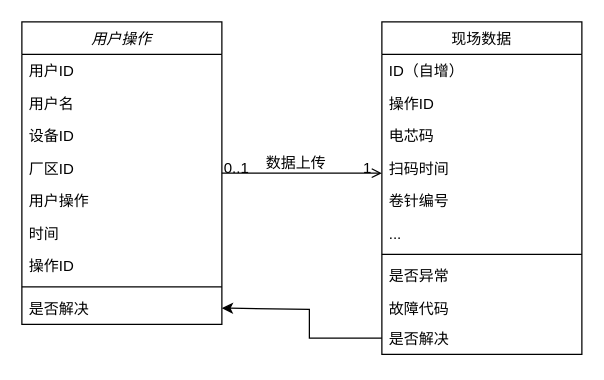
Above: 未命名绘图.drawio in yanqinghao/test-project (draw.io), before the change. Source tidied: cells renumbered, new cells numbered last; positions are measured from the earlier drawing's top-left corner, leaving out a move shared by most shapes. Both pictures are drawn from the tidied source at 125%, with x=0, y=0 at pixel (21, 21).
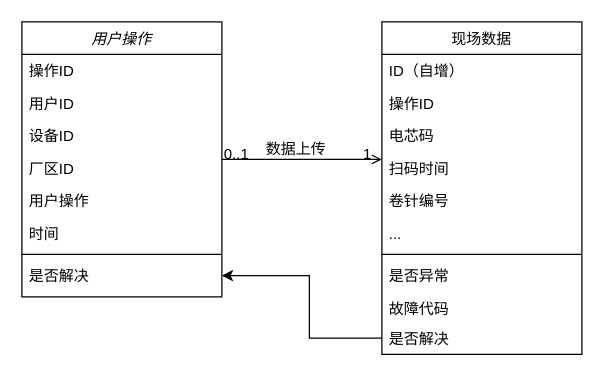
After the change.

Commit message:
更新未命名绘图.drawio

Unchanged cells that the change refers to:
```xml
<mxCell id="22" value="是否解决" style="text;align=left;verticalAlign=top;spacingLeft=4;spacingRight=4;overflow=hidden;points=[[0,0.5],[1,0.5]];portConstraint=eastwest;" parent="12" vertex="1">
  <mxGeometry y="240" width="160" height="26" as="geometry" />
</mxCell>
```

Change to the diagram source:
```diff
@@
     <mxCell id="2" value="用户操作" style="swimlane;fontStyle=2;align=center;verticalAlign=top;horizontal=1;startSize=26;rounded=0;shadow=0;strokeWidth=1;" parent="1" vertex="1">
-      <mxGeometry width="160" height="242" as="geometry" />
+      <mxGeometry width="160" height="220" as="geometry" />
     </mxCell>
+    <mxCell id="9" value="操作ID" style="text;align=left;verticalAlign=top;spacingLeft=4;spacingRight=4;overflow=hidden;rounded=0;shadow=0;html=0;" parent="2" vertex="1">
+      <mxGeometry y="26" width="160" height="26" as="geometry" />
+    </mxCell>
     <mxCell id="3" value="用户ID" style="text;align=left;verticalAlign=top;spacingLeft=4;spacingRight=4;overflow=hidden;" parent="2" vertex="1">
-      <mxGeometry y="26" width="160" height="26" as="geometry" />
+      <mxGeometry y="52" width="160" height="26" as="geometry" />
     </mxCell>
-    <mxCell id="4" value="用户名" style="text;align=left;verticalAlign=top;spacingLeft=4;spacingRight=4;overflow=hidden;rounded=0;shadow=0;html=0;" parent="2" vertex="1">
-      <mxGeometry y="52" width="160" height="26" as="geometry" />
-    </mxCell>
@@
-    <mxCell id="9" value="操作ID" style="text;align=left;verticalAlign=top;spacingLeft=4;spacingRight=4;overflow=hidden;rounded=0;shadow=0;html=0;" parent="2" vertex="1">
-      <mxGeometry y="182" width="160" height="26" as="geometry" />
-    </mxCell>
     <mxCell id="10" style="line;html=1;strokeWidth=1;align=left;verticalAlign=middle;spacingTop=-1;spacingLeft=3;spacingRight=3;labelPosition=right;" parent="2" vertex="1">
-      <mxGeometry y="208" width="160" height="8" as="geometry" />
+      <mxGeometry y="182" width="160" height="8" as="geometry" />
     </mxCell>
     <mxCell id="11" value="是否解决" style="text;align=left;verticalAlign=top;spacingLeft=4;spacingRight=4;overflow=hidden;points=[[0,0.5],[1,0.5]];portConstraint=eastwest;" parent="2" vertex="1">
-      <mxGeometry y="216" width="160" height="26" as="geometry" />
+      <mxGeometry y="190" width="160" height="26" as="geometry" />
     </mxCell>
@@
     <mxCell id="27" style="endArrow=classic;html=1;rounded=0;exitX=0;exitY=0.5;exitDx=0;exitDy=0;entryX=1;entryY=0.5;entryDx=0;entryDy=0;" parent="1" edge="1" source="22" target="11">
       <mxGeometry relative="1" as="geometry">
         <Array as="points">
           <mxPoint x="230" y="253" />
-          <mxPoint x="230" y="230" />
+          <mxPoint x="230" y="203" />
         </Array>
       </mxGeometry>
     </mxCell>
```
